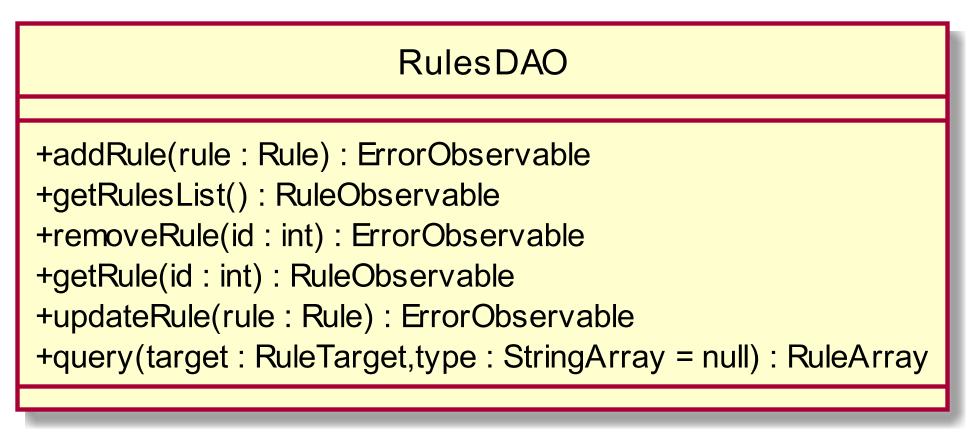
The PlantUML diagram RQ/Esterni/DefinizioneDiProdotto/images/ClassRulesDAO.png in CoCodeSWE/Docs, before a commit. Its diagram source:
```plantuml
@startuml
scale 1000*1000
skinparam classAttributeIconSize 0
interface RulesDAO
class RulesDAO{
__
+ addRule(rule : Rule) : ErrorObservable
+ getRulesList() : RuleObservable
+ removeRule(id : int) : ErrorObservable
+ getRule(id : int) : RuleObservable
+ updateRule(rule : Rule) : ErrorObservable
+ query(target : RuleTarget,type : StringArray = null) : RuleArray
__

}
hide circle
@enduml
```
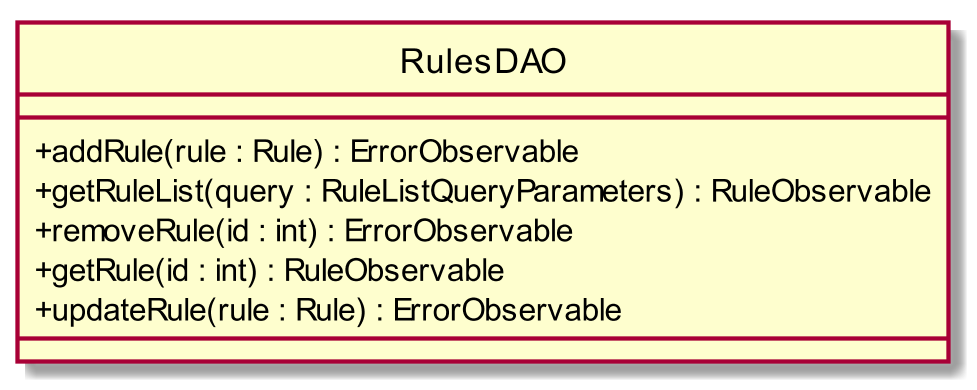
The same diagram one commit later.

Diff of the diagram source:
```diff
@@ -5,11 +5,10 @@
 class RulesDAO{
 __
 + addRule(rule : Rule) : ErrorObservable
-+ getRulesList() : RuleObservable
++ getRuleList(query : RuleListQueryParameters) : RuleObservable
 + removeRule(id : int) : ErrorObservable
 + getRule(id : int) : RuleObservable
 + updateRule(rule : Rule) : ErrorObservable
-+ query(target : RuleTarget,type : StringArray = null) : RuleArray
 __
 
 }
```
